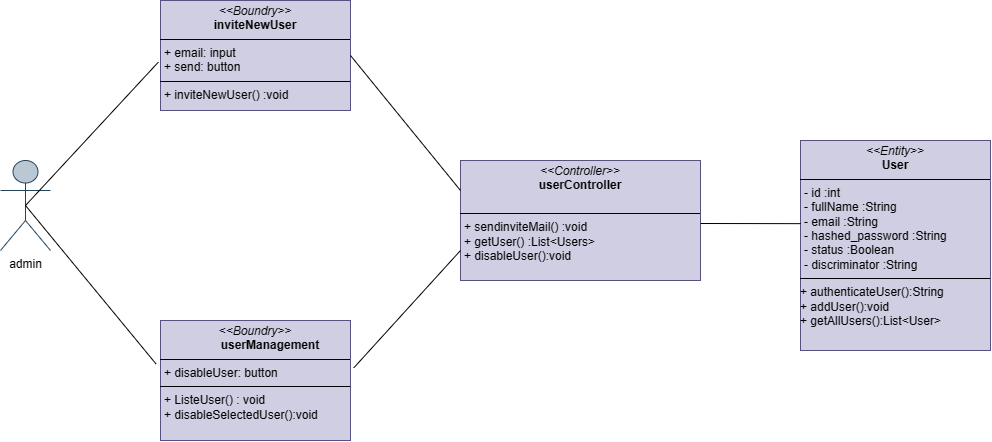
Above: Diagramme classe gerer utilisateur.drawio.png in chirine1/-project (draw.io), before the change. Source tidied: cells renumbered, new cells last; positions are measured from the earlier drawing's top-left corner, leaving out a move shared by most shapes. Source of this version:
```xml
<mxGraphModel>
  <root>
    <mxCell id="0" />
    <mxCell id="1" parent="0" />
    <mxCell id="2" value="admin" style="shape=umlActor;verticalLabelPosition=bottom;verticalAlign=top;html=1;outlineConnect=0;fillColor=#bac8d3;strokeColor=#23445d;" parent="1" vertex="1">
      <mxGeometry y="160" width="50" height="90" as="geometry" />
    </mxCell>
    <mxCell id="3" value="&lt;p style=&quot;margin:0px;margin-top:4px;text-align:center;&quot;&gt;&lt;i&gt;&amp;lt;&amp;lt;Entity&amp;gt;&amp;gt;&lt;/i&gt;&lt;br&gt;&lt;b&gt;User&lt;/b&gt;&lt;/p&gt;&lt;hr size=&quot;1&quot; style=&quot;border-style:solid;&quot;&gt;&lt;p style=&quot;margin:0px;margin-left:4px;&quot;&gt;&lt;span style=&quot;background-color: initial;&quot;&gt;- id :int&lt;/span&gt;&lt;/p&gt;&lt;p style=&quot;margin:0px;margin-left:4px;&quot;&gt;&lt;span style=&quot;text-wrap: nowrap;&quot;&gt;- fullName :String&lt;/span&gt;&lt;span style=&quot;background-color: initial;&quot;&gt;&lt;br&gt;&lt;/span&gt;&lt;/p&gt;&lt;p style=&quot;margin:0px;margin-left:4px;&quot;&gt;&lt;span style=&quot;text-wrap: nowrap;&quot;&gt;- email :String&lt;/span&gt;&lt;span style=&quot;text-wrap: nowrap;&quot;&gt;&lt;br&gt;&lt;/span&gt;&lt;/p&gt;&lt;p style=&quot;margin:0px;margin-left:4px;&quot;&gt;&lt;span style=&quot;text-wrap: nowrap;&quot;&gt;- hashed_password :String&lt;/span&gt;&lt;span style=&quot;text-wrap: nowrap;&quot;&gt;&lt;br&gt;&lt;/span&gt;&lt;/p&gt;&lt;p style=&quot;margin:0px;margin-left:4px;&quot;&gt;&lt;span style=&quot;text-wrap: nowrap;&quot;&gt;- status :Boolean&lt;/span&gt;&lt;span style=&quot;text-wrap: nowrap;&quot;&gt;&lt;br&gt;&lt;/span&gt;&lt;/p&gt;&lt;p style=&quot;margin:0px;margin-left:4px;&quot;&gt;&lt;span style=&quot;text-wrap: nowrap;&quot;&gt;- discriminator :String&lt;/span&gt;&lt;span style=&quot;text-wrap: nowrap;&quot;&gt;&lt;br&gt;&lt;/span&gt;&lt;/p&gt;&lt;hr size=&quot;1&quot; style=&quot;border-style:solid;&quot;&gt;&lt;div&gt;&lt;span style=&quot;background-color: initial;&quot;&gt;+ authenticateUser():String&lt;/span&gt;&lt;/div&gt;&lt;div&gt;+ addUser():void&lt;/div&gt;&lt;div&gt;+ getAllUsers():List&amp;lt;User&amp;gt;&lt;/div&gt;&lt;div&gt;&lt;br style=&quot;text-wrap: nowrap;&quot;&gt;&lt;/div&gt;" style="verticalAlign=top;align=left;overflow=fill;html=1;whiteSpace=wrap;fillColor=#d0cee2;strokeColor=#56517e;" parent="1" vertex="1">
      <mxGeometry x="800" y="140" width="190" height="210" as="geometry" />
    </mxCell>
    <mxCell id="4" value="&lt;p style=&quot;margin:0px;margin-top:4px;text-align:center;&quot;&gt;&amp;lt;&lt;i style=&quot;background-color: initial;&quot;&gt;&amp;lt;Boundry&amp;gt;&amp;gt;&lt;/i&gt;&lt;br&gt;&lt;/p&gt;&lt;b style=&quot;&quot;&gt;&lt;div style=&quot;text-align: center;&quot;&gt;&lt;b style=&quot;background-color: initial;&quot;&gt;&amp;nbsp; &amp;nbsp; &amp;nbsp; &amp;nbsp; &amp;nbsp;userManagement&lt;/b&gt;&lt;/div&gt;&lt;/b&gt;&lt;hr size=&quot;1&quot; style=&quot;border-style:solid;&quot;&gt;&lt;p style=&quot;margin:0px;margin-left:4px;&quot;&gt;+ disableUser: button&lt;br&gt;&lt;/p&gt;&lt;hr size=&quot;1&quot; style=&quot;border-style:solid;&quot;&gt;&lt;p style=&quot;margin:0px;margin-left:4px;&quot;&gt;+ ListeUser() : void&lt;/p&gt;&lt;p style=&quot;margin:0px;margin-left:4px;&quot;&gt;+ disableSelectedUser():void&lt;/p&gt;" style="verticalAlign=top;align=left;overflow=fill;html=1;whiteSpace=wrap;fillColor=#d0cee2;strokeColor=#56517e;" parent="1" vertex="1">
      <mxGeometry x="160" y="320" width="190" height="120" as="geometry" />
    </mxCell>
    <mxCell id="5" value="&lt;p style=&quot;margin:0px;margin-top:4px;text-align:center;&quot;&gt;&lt;i&gt;&amp;lt;&amp;lt;Boundry&amp;gt;&amp;gt;&lt;/i&gt;&lt;br&gt;&lt;b&gt;inviteNewUser&lt;/b&gt;&lt;/p&gt;&lt;hr size=&quot;1&quot; style=&quot;border-style:solid;&quot;&gt;&lt;p style=&quot;margin:0px;margin-left:4px;&quot;&gt;&lt;span style=&quot;background-color: initial;&quot;&gt;+ email: input&lt;/span&gt;&lt;br&gt;&lt;/p&gt;&lt;p style=&quot;margin:0px;margin-left:4px;&quot;&gt;&lt;span style=&quot;background-color: initial;&quot;&gt;+ send: button&lt;/span&gt;&lt;/p&gt;&lt;hr size=&quot;1&quot; style=&quot;border-style:solid;&quot;&gt;&lt;p style=&quot;margin:0px;margin-left:4px;&quot;&gt;+ inviteNewUser() :void&lt;/p&gt;" style="verticalAlign=top;align=left;overflow=fill;html=1;whiteSpace=wrap;fillColor=#d0cee2;strokeColor=#56517e;" parent="1" vertex="1">
      <mxGeometry x="160" width="190" height="110" as="geometry" />
    </mxCell>
    <mxCell id="6" style="rounded=0;jettySize=auto;html=1;entryX=-0.011;entryY=0.56;entryDx=0;entryDy=0;entryPerimeter=0;endArrow=none;endFill=0;exitX=0.5;exitY=0.5;exitDx=0;exitDy=0;exitPerimeter=0;" parent="1" edge="1" source="2" target="5">
      <mxGeometry relative="1" as="geometry" />
    </mxCell>
    <mxCell id="7" value="&lt;p style=&quot;margin:0px;margin-top:4px;text-align:center;&quot;&gt;&lt;i&gt;&amp;lt;&amp;lt;Controller&amp;gt;&amp;gt;&lt;/i&gt;&lt;br&gt;&lt;b&gt;userController&lt;/b&gt;&lt;/p&gt;&lt;p style=&quot;margin:0px;margin-left:4px;&quot;&gt;&lt;br&gt;&lt;/p&gt;&lt;hr size=&quot;1&quot; style=&quot;border-style:solid;&quot;&gt;&lt;p style=&quot;margin:0px;margin-left:4px;&quot;&gt;+ sendinviteMail() :void&lt;/p&gt;&lt;p style=&quot;margin:0px;margin-left:4px;&quot;&gt;+ getUser() :List&amp;lt;Users&amp;gt;&lt;br&gt;&lt;/p&gt;&lt;p style=&quot;margin:0px;margin-left:4px;&quot;&gt;+ disableUser():void&lt;/p&gt;" style="verticalAlign=top;align=left;overflow=fill;html=1;whiteSpace=wrap;fillColor=#d0cee2;strokeColor=#56517e;" parent="1" vertex="1">
      <mxGeometry x="460" y="160" width="240" height="120" as="geometry" />
    </mxCell>
    <mxCell id="8" style="rounded=0;jettySize=auto;html=1;entryX=0.5;entryY=0.5;entryDx=0;entryDy=0;entryPerimeter=0;endArrow=none;endFill=0;exitX=-0.023;exitY=0.363;exitDx=0;exitDy=0;exitPerimeter=0;" parent="1" edge="1" source="4" target="2">
      <mxGeometry relative="1" as="geometry" />
    </mxCell>
    <mxCell id="9" style="rounded=0;jettySize=auto;html=1;entryX=0;entryY=0.75;entryDx=0;entryDy=0;endArrow=none;endFill=0;exitX=1.017;exitY=0.395;exitDx=0;exitDy=0;exitPerimeter=0;" parent="1" edge="1" source="4" target="7">
      <mxGeometry relative="1" as="geometry" />
    </mxCell>
    <mxCell id="10" style="rounded=0;jettySize=auto;html=1;entryX=1;entryY=0.5;entryDx=0;entryDy=0;endArrow=none;endFill=0;exitX=0;exitY=0.25;exitDx=0;exitDy=0;" parent="1" edge="1" source="7" target="5">
      <mxGeometry relative="1" as="geometry" />
    </mxCell>
    <mxCell id="11" style="rounded=0;jettySize=auto;html=1;entryX=0.001;entryY=0.396;entryDx=0;entryDy=0;endArrow=none;endFill=0;entryPerimeter=0;" parent="1" edge="1" target="3">
      <mxGeometry relative="1" as="geometry">
        <mxPoint x="700" y="223" as="sourcePoint" />
      </mxGeometry>
    </mxCell>
  </root>
</mxGraphModel>
```
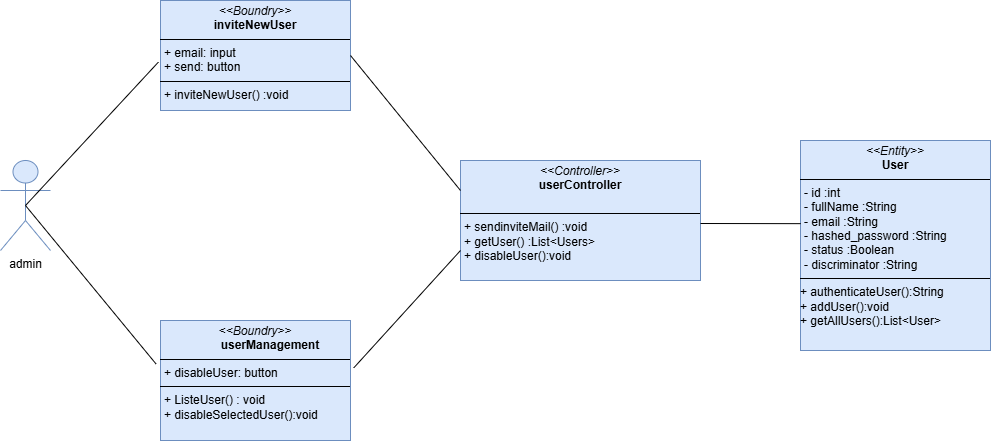
The same file after the commit.

Commit message:
Mettre à jour Diagramme classe gerer utilisateur.drawio.png

Change to the diagram source:
```diff
@@ -2,22 +2,22 @@
   <root>
     <mxCell id="0" />
     <mxCell id="1" parent="0" />
-    <mxCell id="2" value="admin" style="shape=umlActor;verticalLabelPosition=bottom;verticalAlign=top;html=1;outlineConnect=0;fillColor=#bac8d3;strokeColor=#23445d;" parent="1" vertex="1">
+    <mxCell id="2" value="admin" style="shape=umlActor;verticalLabelPosition=bottom;verticalAlign=top;html=1;outlineConnect=0;fillColor=#dae8fc;strokeColor=#6c8ebf;" parent="1" vertex="1">
       <mxGeometry y="160" width="50" height="90" as="geometry" />
     </mxCell>
-    <mxCell id="3" value="&lt;p style=&quot;margin:0px;margin-top:4px;text-align:center;&quot;&gt;&lt;i&gt;&amp;lt;&amp;lt;Entity&amp;gt;&amp;gt;&lt;/i&gt;&lt;br&gt;&lt;b&gt;User&lt;/b&gt;&lt;/p&gt;&lt;hr size=&quot;1&quot; style=&quot;border-style:solid;&quot;&gt;&lt;p style=&quot;margin:0px;margin-left:4px;&quot;&gt;&lt;span style=&quot;background-color: initial;&quot;&gt;- id :int&lt;/span&gt;&lt;/p&gt;&lt;p style=&quot;margin:0px;margin-left:4px;&quot;&gt;&lt;span style=&quot;text-wrap: nowrap;&quot;&gt;- fullName :String&lt;/span&gt;&lt;span style=&quot;background-color: initial;&quot;&gt;&lt;br&gt;&lt;/span&gt;&lt;/p&gt;&lt;p style=&quot;margin:0px;margin-left:4px;&quot;&gt;&lt;span style=&quot;text-wrap: nowrap;&quot;&gt;- email :String&lt;/span&gt;&lt;span style=&quot;text-wrap: nowrap;&quot;&gt;&lt;br&gt;&lt;/span&gt;&lt;/p&gt;&lt;p style=&quot;margin:0px;margin-left:4px;&quot;&gt;&lt;span style=&quot;text-wrap: nowrap;&quot;&gt;- hashed_password :String&lt;/span&gt;&lt;span style=&quot;text-wrap: nowrap;&quot;&gt;&lt;br&gt;&lt;/span&gt;&lt;/p&gt;&lt;p style=&quot;margin:0px;margin-left:4px;&quot;&gt;&lt;span style=&quot;text-wrap: nowrap;&quot;&gt;- status :Boolean&lt;/span&gt;&lt;span style=&quot;text-wrap: nowrap;&quot;&gt;&lt;br&gt;&lt;/span&gt;&lt;/p&gt;&lt;p style=&quot;margin:0px;margin-left:4px;&quot;&gt;&lt;span style=&quot;text-wrap: nowrap;&quot;&gt;- discriminator :String&lt;/span&gt;&lt;span style=&quot;text-wrap: nowrap;&quot;&gt;&lt;br&gt;&lt;/span&gt;&lt;/p&gt;&lt;hr size=&quot;1&quot; style=&quot;border-style:solid;&quot;&gt;&lt;div&gt;&lt;span style=&quot;background-color: initial;&quot;&gt;+ authenticateUser():String&lt;/span&gt;&lt;/div&gt;&lt;div&gt;+ addUser():void&lt;/div&gt;&lt;div&gt;+ getAllUsers():List&amp;lt;User&amp;gt;&lt;/div&gt;&lt;div&gt;&lt;br style=&quot;text-wrap: nowrap;&quot;&gt;&lt;/div&gt;" style="verticalAlign=top;align=left;overflow=fill;html=1;whiteSpace=wrap;fillColor=#d0cee2;strokeColor=#56517e;" parent="1" vertex="1">
+    <mxCell id="3" value="&lt;p style=&quot;margin:0px;margin-top:4px;text-align:center;&quot;&gt;&lt;i&gt;&amp;lt;&amp;lt;Entity&amp;gt;&amp;gt;&lt;/i&gt;&lt;br&gt;&lt;b&gt;User&lt;/b&gt;&lt;/p&gt;&lt;hr size=&quot;1&quot; style=&quot;border-style:solid;&quot;&gt;&lt;p style=&quot;margin:0px;margin-left:4px;&quot;&gt;&lt;span style=&quot;background-color: initial;&quot;&gt;- id :int&lt;/span&gt;&lt;/p&gt;&lt;p style=&quot;margin:0px;margin-left:4px;&quot;&gt;&lt;span style=&quot;text-wrap: nowrap;&quot;&gt;- fullName :String&lt;/span&gt;&lt;span style=&quot;background-color: initial;&quot;&gt;&lt;br&gt;&lt;/span&gt;&lt;/p&gt;&lt;p style=&quot;margin:0px;margin-left:4px;&quot;&gt;&lt;span style=&quot;text-wrap: nowrap;&quot;&gt;- email :String&lt;/span&gt;&lt;span style=&quot;text-wrap: nowrap;&quot;&gt;&lt;br&gt;&lt;/span&gt;&lt;/p&gt;&lt;p style=&quot;margin:0px;margin-left:4px;&quot;&gt;&lt;span style=&quot;text-wrap: nowrap;&quot;&gt;- hashed_password :String&lt;/span&gt;&lt;span style=&quot;text-wrap: nowrap;&quot;&gt;&lt;br&gt;&lt;/span&gt;&lt;/p&gt;&lt;p style=&quot;margin:0px;margin-left:4px;&quot;&gt;&lt;span style=&quot;text-wrap: nowrap;&quot;&gt;- status :Boolean&lt;/span&gt;&lt;span style=&quot;text-wrap: nowrap;&quot;&gt;&lt;br&gt;&lt;/span&gt;&lt;/p&gt;&lt;p style=&quot;margin:0px;margin-left:4px;&quot;&gt;&lt;span style=&quot;text-wrap: nowrap;&quot;&gt;- discriminator :String&lt;/span&gt;&lt;span style=&quot;text-wrap: nowrap;&quot;&gt;&lt;br&gt;&lt;/span&gt;&lt;/p&gt;&lt;hr size=&quot;1&quot; style=&quot;border-style:solid;&quot;&gt;&lt;div&gt;&lt;span style=&quot;background-color: initial;&quot;&gt;+ authenticateUser():String&lt;/span&gt;&lt;/div&gt;&lt;div&gt;+ addUser():void&lt;/div&gt;&lt;div&gt;+ getAllUsers():List&amp;lt;User&amp;gt;&lt;/div&gt;&lt;div&gt;&lt;br style=&quot;text-wrap: nowrap;&quot;&gt;&lt;/div&gt;" style="verticalAlign=top;align=left;overflow=fill;html=1;whiteSpace=wrap;fillColor=#dae8fc;strokeColor=#6c8ebf;" parent="1" vertex="1">
       <mxGeometry x="800" y="140" width="190" height="210" as="geometry" />
     </mxCell>
-    <mxCell id="4" value="&lt;p style=&quot;margin:0px;margin-top:4px;text-align:center;&quot;&gt;&amp;lt;&lt;i style=&quot;background-color: initial;&quot;&gt;&amp;lt;Boundry&amp;gt;&amp;gt;&lt;/i&gt;&lt;br&gt;&lt;/p&gt;&lt;b style=&quot;&quot;&gt;&lt;div style=&quot;text-align: center;&quot;&gt;&lt;b style=&quot;background-color: initial;&quot;&gt;&amp;nbsp; &amp;nbsp; &amp;nbsp; &amp;nbsp; &amp;nbsp;userManagement&lt;/b&gt;&lt;/div&gt;&lt;/b&gt;&lt;hr size=&quot;1&quot; style=&quot;border-style:solid;&quot;&gt;&lt;p style=&quot;margin:0px;margin-left:4px;&quot;&gt;+ disableUser: button&lt;br&gt;&lt;/p&gt;&lt;hr size=&quot;1&quot; style=&quot;border-style:solid;&quot;&gt;&lt;p style=&quot;margin:0px;margin-left:4px;&quot;&gt;+ ListeUser() : void&lt;/p&gt;&lt;p style=&quot;margin:0px;margin-left:4px;&quot;&gt;+ disableSelectedUser():void&lt;/p&gt;" style="verticalAlign=top;align=left;overflow=fill;html=1;whiteSpace=wrap;fillColor=#d0cee2;strokeColor=#56517e;" parent="1" vertex="1">
+    <mxCell id="4" value="&lt;p style=&quot;margin:0px;margin-top:4px;text-align:center;&quot;&gt;&amp;lt;&lt;i style=&quot;background-color: initial;&quot;&gt;&amp;lt;Boundry&amp;gt;&amp;gt;&lt;/i&gt;&lt;br&gt;&lt;/p&gt;&lt;b style=&quot;&quot;&gt;&lt;div style=&quot;text-align: center;&quot;&gt;&lt;b style=&quot;background-color: initial;&quot;&gt;&amp;nbsp; &amp;nbsp; &amp;nbsp; &amp;nbsp; &amp;nbsp;userManagement&lt;/b&gt;&lt;/div&gt;&lt;/b&gt;&lt;hr size=&quot;1&quot; style=&quot;border-style:solid;&quot;&gt;&lt;p style=&quot;margin:0px;margin-left:4px;&quot;&gt;+ disableUser: button&lt;br&gt;&lt;/p&gt;&lt;hr size=&quot;1&quot; style=&quot;border-style:solid;&quot;&gt;&lt;p style=&quot;margin:0px;margin-left:4px;&quot;&gt;+ ListeUser() : void&lt;/p&gt;&lt;p style=&quot;margin:0px;margin-left:4px;&quot;&gt;+ disableSelectedUser():void&lt;/p&gt;" style="verticalAlign=top;align=left;overflow=fill;html=1;whiteSpace=wrap;fillColor=#dae8fc;strokeColor=#6c8ebf;" parent="1" vertex="1">
       <mxGeometry x="160" y="320" width="190" height="120" as="geometry" />
     </mxCell>
-    <mxCell id="5" value="&lt;p style=&quot;margin:0px;margin-top:4px;text-align:center;&quot;&gt;&lt;i&gt;&amp;lt;&amp;lt;Boundry&amp;gt;&amp;gt;&lt;/i&gt;&lt;br&gt;&lt;b&gt;inviteNewUser&lt;/b&gt;&lt;/p&gt;&lt;hr size=&quot;1&quot; style=&quot;border-style:solid;&quot;&gt;&lt;p style=&quot;margin:0px;margin-left:4px;&quot;&gt;&lt;span style=&quot;background-color: initial;&quot;&gt;+ email: input&lt;/span&gt;&lt;br&gt;&lt;/p&gt;&lt;p style=&quot;margin:0px;margin-left:4px;&quot;&gt;&lt;span style=&quot;background-color: initial;&quot;&gt;+ send: button&lt;/span&gt;&lt;/p&gt;&lt;hr size=&quot;1&quot; style=&quot;border-style:solid;&quot;&gt;&lt;p style=&quot;margin:0px;margin-left:4px;&quot;&gt;+ inviteNewUser() :void&lt;/p&gt;" style="verticalAlign=top;align=left;overflow=fill;html=1;whiteSpace=wrap;fillColor=#d0cee2;strokeColor=#56517e;" parent="1" vertex="1">
+    <mxCell id="5" value="&lt;p style=&quot;margin:0px;margin-top:4px;text-align:center;&quot;&gt;&lt;i&gt;&amp;lt;&amp;lt;Boundry&amp;gt;&amp;gt;&lt;/i&gt;&lt;br&gt;&lt;b&gt;inviteNewUser&lt;/b&gt;&lt;/p&gt;&lt;hr size=&quot;1&quot; style=&quot;border-style:solid;&quot;&gt;&lt;p style=&quot;margin:0px;margin-left:4px;&quot;&gt;&lt;span style=&quot;background-color: initial;&quot;&gt;+ email: input&lt;/span&gt;&lt;br&gt;&lt;/p&gt;&lt;p style=&quot;margin:0px;margin-left:4px;&quot;&gt;&lt;span style=&quot;background-color: initial;&quot;&gt;+ send: button&lt;/span&gt;&lt;/p&gt;&lt;hr size=&quot;1&quot; style=&quot;border-style:solid;&quot;&gt;&lt;p style=&quot;margin:0px;margin-left:4px;&quot;&gt;+ inviteNewUser() :void&lt;/p&gt;" style="verticalAlign=top;align=left;overflow=fill;html=1;whiteSpace=wrap;fillColor=#dae8fc;strokeColor=#6c8ebf;" parent="1" vertex="1">
       <mxGeometry x="160" width="190" height="110" as="geometry" />
     </mxCell>
     <mxCell id="6" style="rounded=0;jettySize=auto;html=1;entryX=-0.011;entryY=0.56;entryDx=0;entryDy=0;entryPerimeter=0;endArrow=none;endFill=0;exitX=0.5;exitY=0.5;exitDx=0;exitDy=0;exitPerimeter=0;" parent="1" edge="1" source="2" target="5">
       <mxGeometry relative="1" as="geometry" />
     </mxCell>
-    <mxCell id="7" value="&lt;p style=&quot;margin:0px;margin-top:4px;text-align:center;&quot;&gt;&lt;i&gt;&amp;lt;&amp;lt;Controller&amp;gt;&amp;gt;&lt;/i&gt;&lt;br&gt;&lt;b&gt;userController&lt;/b&gt;&lt;/p&gt;&lt;p style=&quot;margin:0px;margin-left:4px;&quot;&gt;&lt;br&gt;&lt;/p&gt;&lt;hr size=&quot;1&quot; style=&quot;border-style:solid;&quot;&gt;&lt;p style=&quot;margin:0px;margin-left:4px;&quot;&gt;+ sendinviteMail() :void&lt;/p&gt;&lt;p style=&quot;margin:0px;margin-left:4px;&quot;&gt;+ getUser() :List&amp;lt;Users&amp;gt;&lt;br&gt;&lt;/p&gt;&lt;p style=&quot;margin:0px;margin-left:4px;&quot;&gt;+ disableUser():void&lt;/p&gt;" style="verticalAlign=top;align=left;overflow=fill;html=1;whiteSpace=wrap;fillColor=#d0cee2;strokeColor=#56517e;" parent="1" vertex="1">
+    <mxCell id="7" value="&lt;p style=&quot;margin:0px;margin-top:4px;text-align:center;&quot;&gt;&lt;i&gt;&amp;lt;&amp;lt;Controller&amp;gt;&amp;gt;&lt;/i&gt;&lt;br&gt;&lt;b&gt;userController&lt;/b&gt;&lt;/p&gt;&lt;p style=&quot;margin:0px;margin-left:4px;&quot;&gt;&lt;br&gt;&lt;/p&gt;&lt;hr size=&quot;1&quot; style=&quot;border-style:solid;&quot;&gt;&lt;p style=&quot;margin:0px;margin-left:4px;&quot;&gt;+ sendinviteMail() :void&lt;/p&gt;&lt;p style=&quot;margin:0px;margin-left:4px;&quot;&gt;+ getUser() :List&amp;lt;Users&amp;gt;&lt;br&gt;&lt;/p&gt;&lt;p style=&quot;margin:0px;margin-left:4px;&quot;&gt;+ disableUser():void&lt;/p&gt;" style="verticalAlign=top;align=left;overflow=fill;html=1;whiteSpace=wrap;fillColor=#dae8fc;strokeColor=#6c8ebf;" parent="1" vertex="1">
       <mxGeometry x="460" y="160" width="240" height="120" as="geometry" />
     </mxCell>
     <mxCell id="8" style="rounded=0;jettySize=auto;html=1;entryX=0.5;entryY=0.5;entryDx=0;entryDy=0;entryPerimeter=0;endArrow=none;endFill=0;exitX=-0.023;exitY=0.363;exitDx=0;exitDy=0;exitPerimeter=0;" parent="1" edge="1" source="4" target="2">
```
